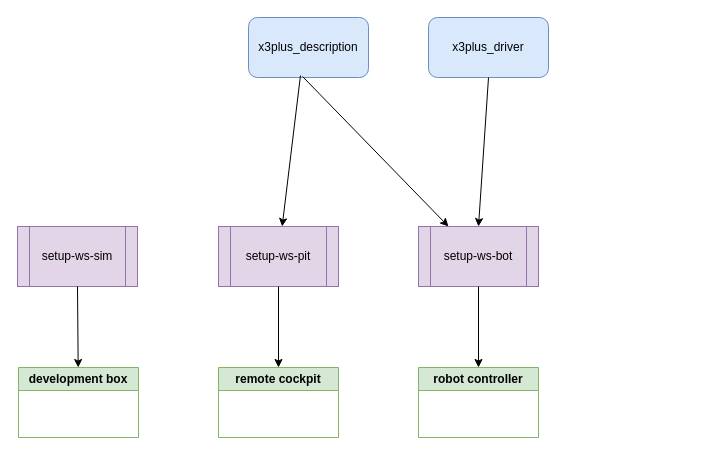
This is docu/overview.drawio from cord-burmeister/x3plus_setup, a draw.io file, before an edit. Source tidied: cells renumbered, new cells numbered last; positions are measured from the earlier drawing's top-left corner, leaving out a move shared by most shapes. Both pictures are drawn from the tidied source at 100%, with x=0, y=0 at pixel (17, 17).
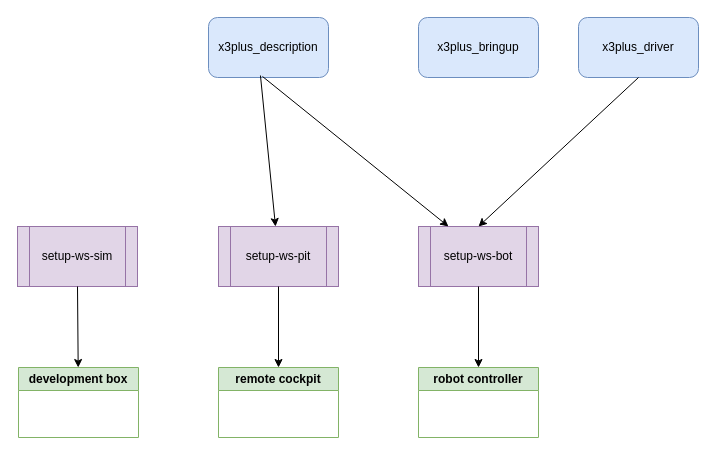
The same diagram, later.

What changed in the source:
```diff
@@
 <mxGraphModel>
   <root>
     <mxCell id="0" />
     <mxCell id="1" parent="0" />
     <mxCell id="2" value="x3plus_driver" style="rounded=1;whiteSpace=wrap;html=1;fillColor=#dae8fc;strokeColor=#6c8ebf;" parent="1" vertex="1">
-      <mxGeometry x="411" width="120" height="60" as="geometry" />
+      <mxGeometry x="561" width="120" height="60" as="geometry" />
     </mxCell>
     <mxCell id="3" value="x3plus_description" style="rounded=1;whiteSpace=wrap;html=1;fillColor=#dae8fc;strokeColor=#6c8ebf;" parent="1" vertex="1">
-      <mxGeometry x="231" width="120" height="60" as="geometry" />
+      <mxGeometry x="191" width="120" height="60" as="geometry" />
     </mxCell>
     <mxCell id="4" value="setup-ws-bot" style="shape=process;whiteSpace=wrap;html=1;backgroundOutline=1;fillColor=#e1d5e7;strokeColor=#9673a6;" parent="1" vertex="1">
       <mxGeometry x="401" y="209" width="120" height="60" as="geometry" />
     </mxCell>
     <mxCell id="5" value="setup-ws-sim" style="shape=process;whiteSpace=wrap;html=1;backgroundOutline=1;fillColor=#e1d5e7;strokeColor=#9673a6;" parent="1" vertex="1">
       <mxGeometry y="209" width="120" height="60" as="geometry" />
     </mxCell>
     <mxCell id="6" value="robot controller" style="swimlane;whiteSpace=wrap;html=1;fillColor=#d5e8d4;strokeColor=#82b366;" parent="1" vertex="1">
       <mxGeometry x="401" y="350" width="120" height="70" as="geometry" />
     </mxCell>
     <mxCell id="7" value="remote cockpit" style="swimlane;whiteSpace=wrap;html=1;fillColor=#d5e8d4;strokeColor=#82b366;" parent="1" vertex="1">
       <mxGeometry x="201" y="350" width="120" height="70" as="geometry" />
     </mxCell>
     <mxCell id="8" value="development box" style="swimlane;whiteSpace=wrap;html=1;fillColor=#d5e8d4;strokeColor=#82b366;" parent="1" vertex="1">
       <mxGeometry x="1" y="350" width="120" height="70" as="geometry" />
     </mxCell>
     <mxCell id="9" value="setup-ws-pit" style="shape=process;whiteSpace=wrap;html=1;backgroundOutline=1;fillColor=#e1d5e7;strokeColor=#9673a6;" parent="1" vertex="1">
       <mxGeometry x="201" y="209" width="120" height="60" as="geometry" />
     </mxCell>
     <mxCell id="10" style="endArrow=classic;html=1;entryX=0.5;entryY=0;entryDx=0;entryDy=0;exitX=0.5;exitY=1;exitDx=0;exitDy=0;" parent="1" edge="1" source="9" target="7">
       <mxGeometry relative="1" as="geometry" />
     </mxCell>
     <mxCell id="11" style="endArrow=classic;html=1;exitX=0.5;exitY=1;exitDx=0;exitDy=0;" parent="1" edge="1" source="4" target="6">
       <mxGeometry relative="1" as="geometry" />
     </mxCell>
     <mxCell id="12" style="endArrow=classic;html=1;exitX=0.5;exitY=1;exitDx=0;exitDy=0;" parent="1" edge="1" source="5" target="8">
       <mxGeometry relative="1" as="geometry" />
     </mxCell>
     <mxCell id="13" style="endArrow=classic;html=1;exitX=0.5;exitY=1;exitDx=0;exitDy=0;entryX=0.5;entryY=0;entryDx=0;entryDy=0;" parent="1" edge="1" source="2" target="4">
       <mxGeometry relative="1" as="geometry" />
     </mxCell>
     <mxCell id="14" style="endArrow=classic;html=1;exitX=0.433;exitY=0.967;exitDx=0;exitDy=0;exitPerimeter=0;" parent="1" edge="1" source="3" target="9">
       <mxGeometry relative="1" as="geometry" />
     </mxCell>
     <mxCell id="15" style="endArrow=classic;html=1;exitX=0.45;exitY=0.983;exitDx=0;exitDy=0;entryX=0.25;entryY=0;entryDx=0;entryDy=0;exitPerimeter=0;" parent="1" edge="1" source="3" target="4">
       <mxGeometry relative="1" as="geometry" />
     </mxCell>
+    <mxCell id="16" value="x3plus_bringup" style="rounded=1;whiteSpace=wrap;html=1;fillColor=#dae8fc;strokeColor=#6c8ebf;" parent="1" vertex="1">
+      <mxGeometry x="401" width="120" height="60" as="geometry" />
+    </mxCell>
   </root>
 </mxGraphModel>
```
